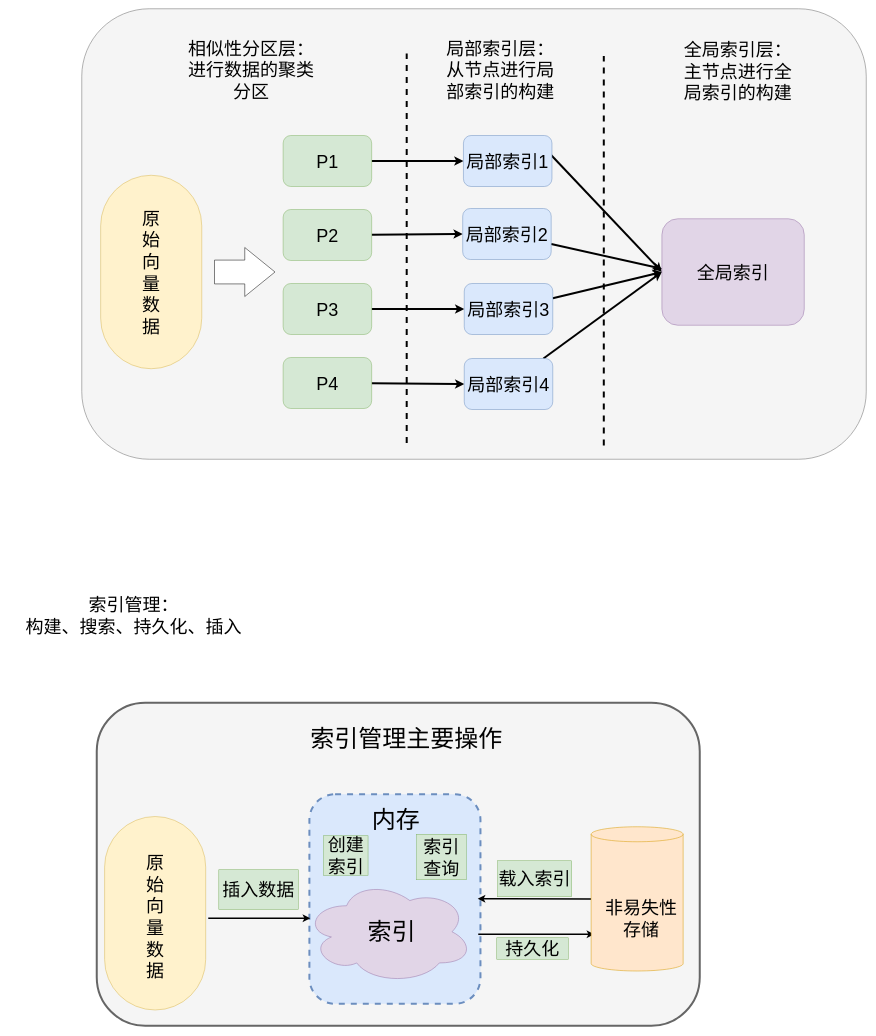
Before: 1.drawio in huzhiyi123/drawio.hub, a draw.io diagram. Source tidied: cells renumbered, new cells numbered last; positions are measured from the earlier drawing's top-left corner, leaving out a move shared by most shapes. Both pictures are drawn from the tidied source at 50%, with x=0, y=0 at pixel (8, 8).
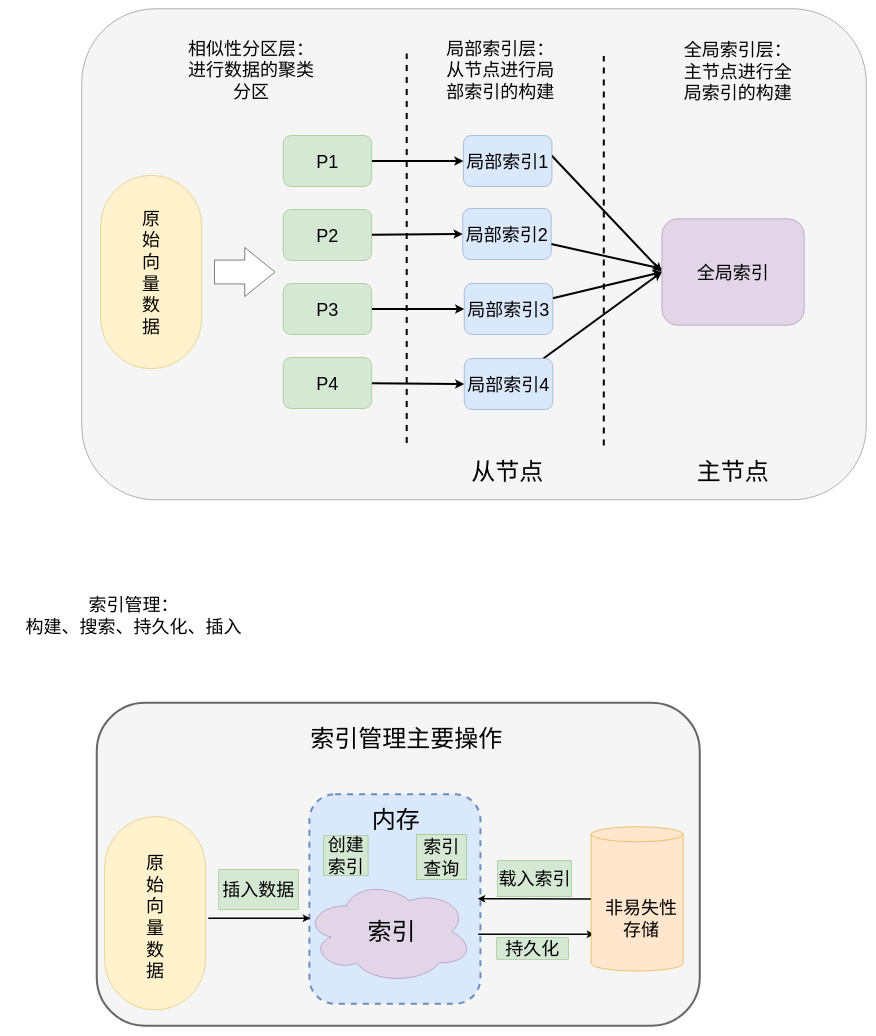
Above is the later version.

The edit, as a diff of the source:
```diff
@@
     <mxCell id="4" style="rounded=1;whiteSpace=wrap;html=1;fontSize=36;fillColor=#f5f5f5;fontColor=#333333;strokeColor=#666666;" parent="1" vertex="1">
-      <mxGeometry x="147" width="1569" height="901" as="geometry" />
+      <mxGeometry x="147" width="1569" height="982" as="geometry" />
     </mxCell>
@@
+    <mxCell id="47" value="&lt;font style=&quot;font-size: 48px&quot;&gt;从节点&lt;/font&gt;" style="text;html=1;strokeColor=none;fillColor=none;align=center;verticalAlign=middle;whiteSpace=wrap;rounded=0;" parent="1" vertex="1">
+      <mxGeometry x="906.2" y="900" width="185.4" height="52" as="geometry" />
+    </mxCell>
+    <mxCell id="48" value="&lt;font style=&quot;font-size: 48px&quot;&gt;主节点&lt;/font&gt;" style="text;html=1;strokeColor=none;fillColor=none;align=center;verticalAlign=middle;whiteSpace=wrap;rounded=0;" parent="1" vertex="1">
+      <mxGeometry x="1357" y="911" width="185.4" height="30" as="geometry" />
+    </mxCell>
```
